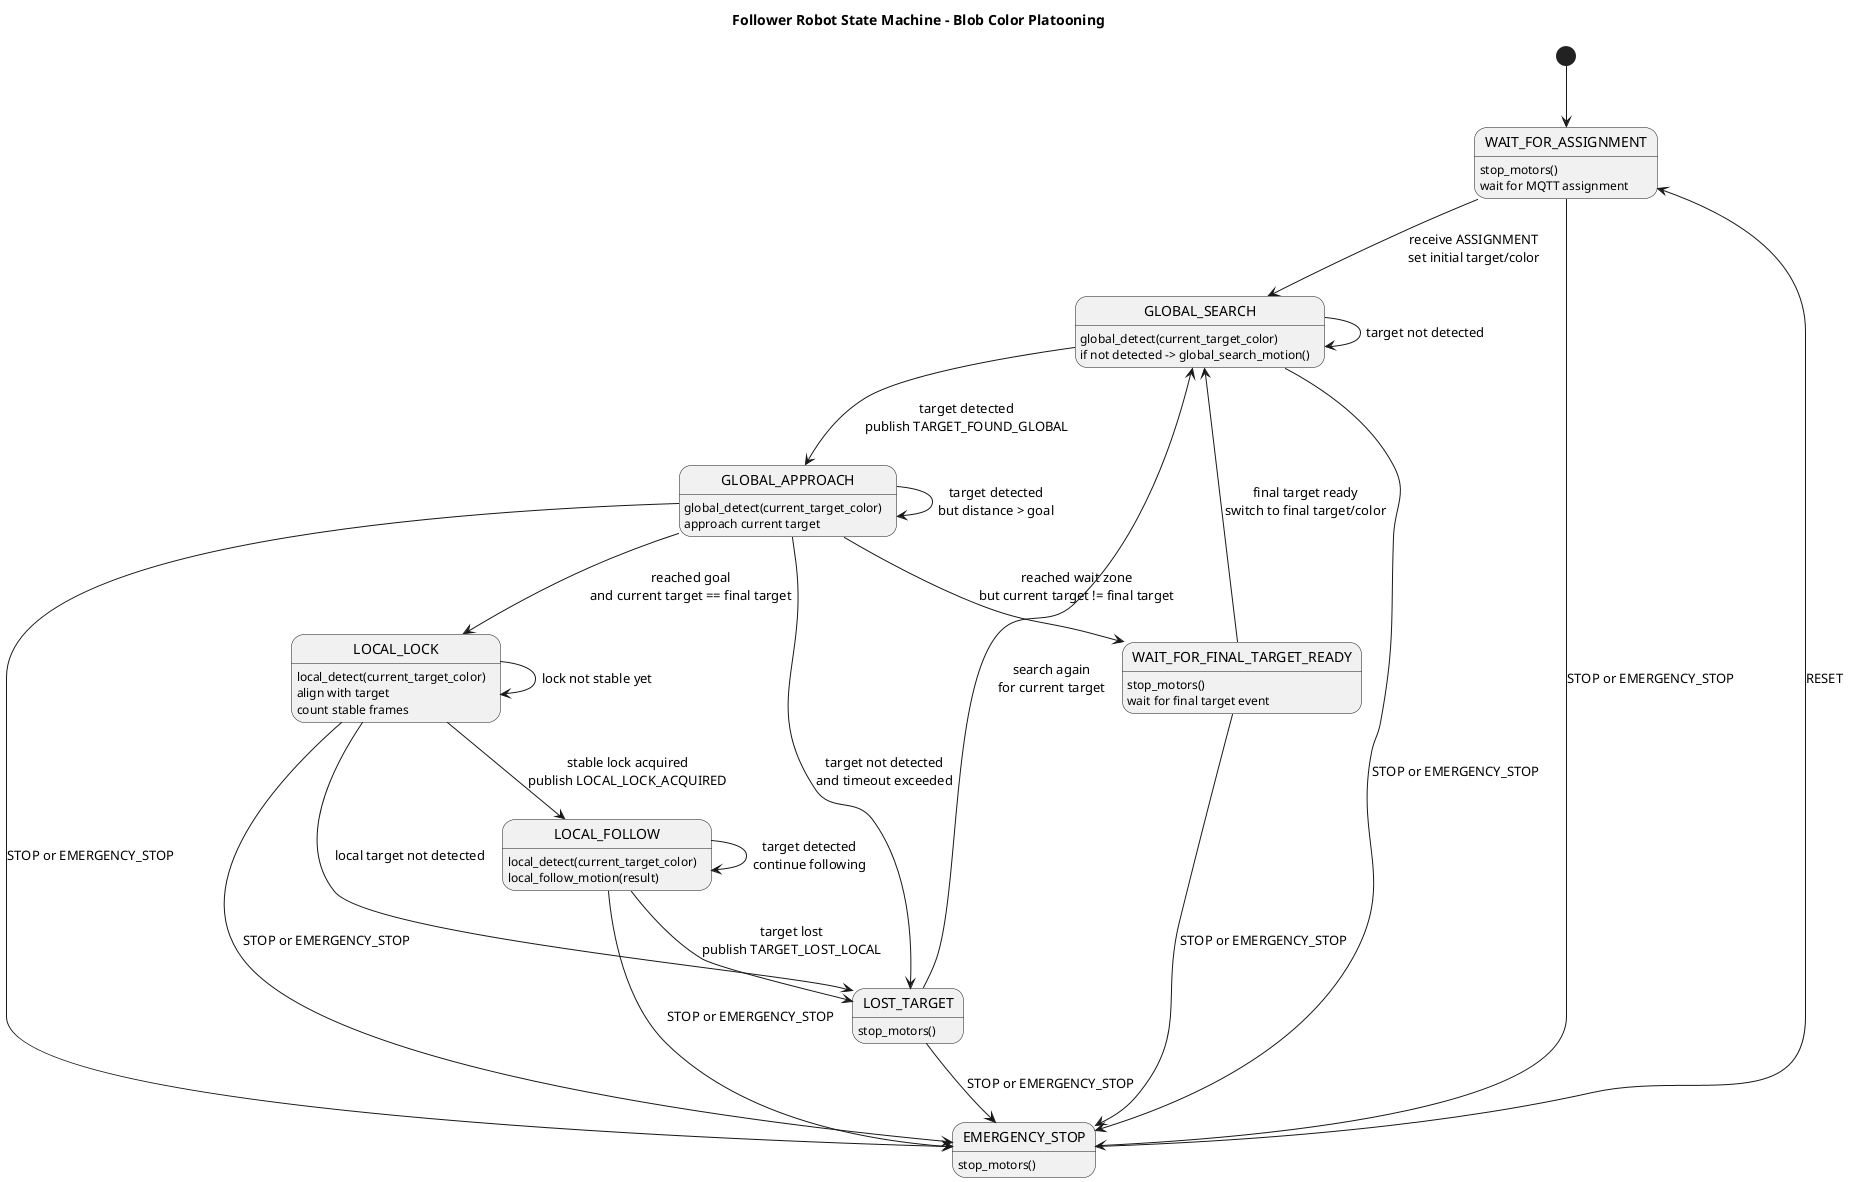
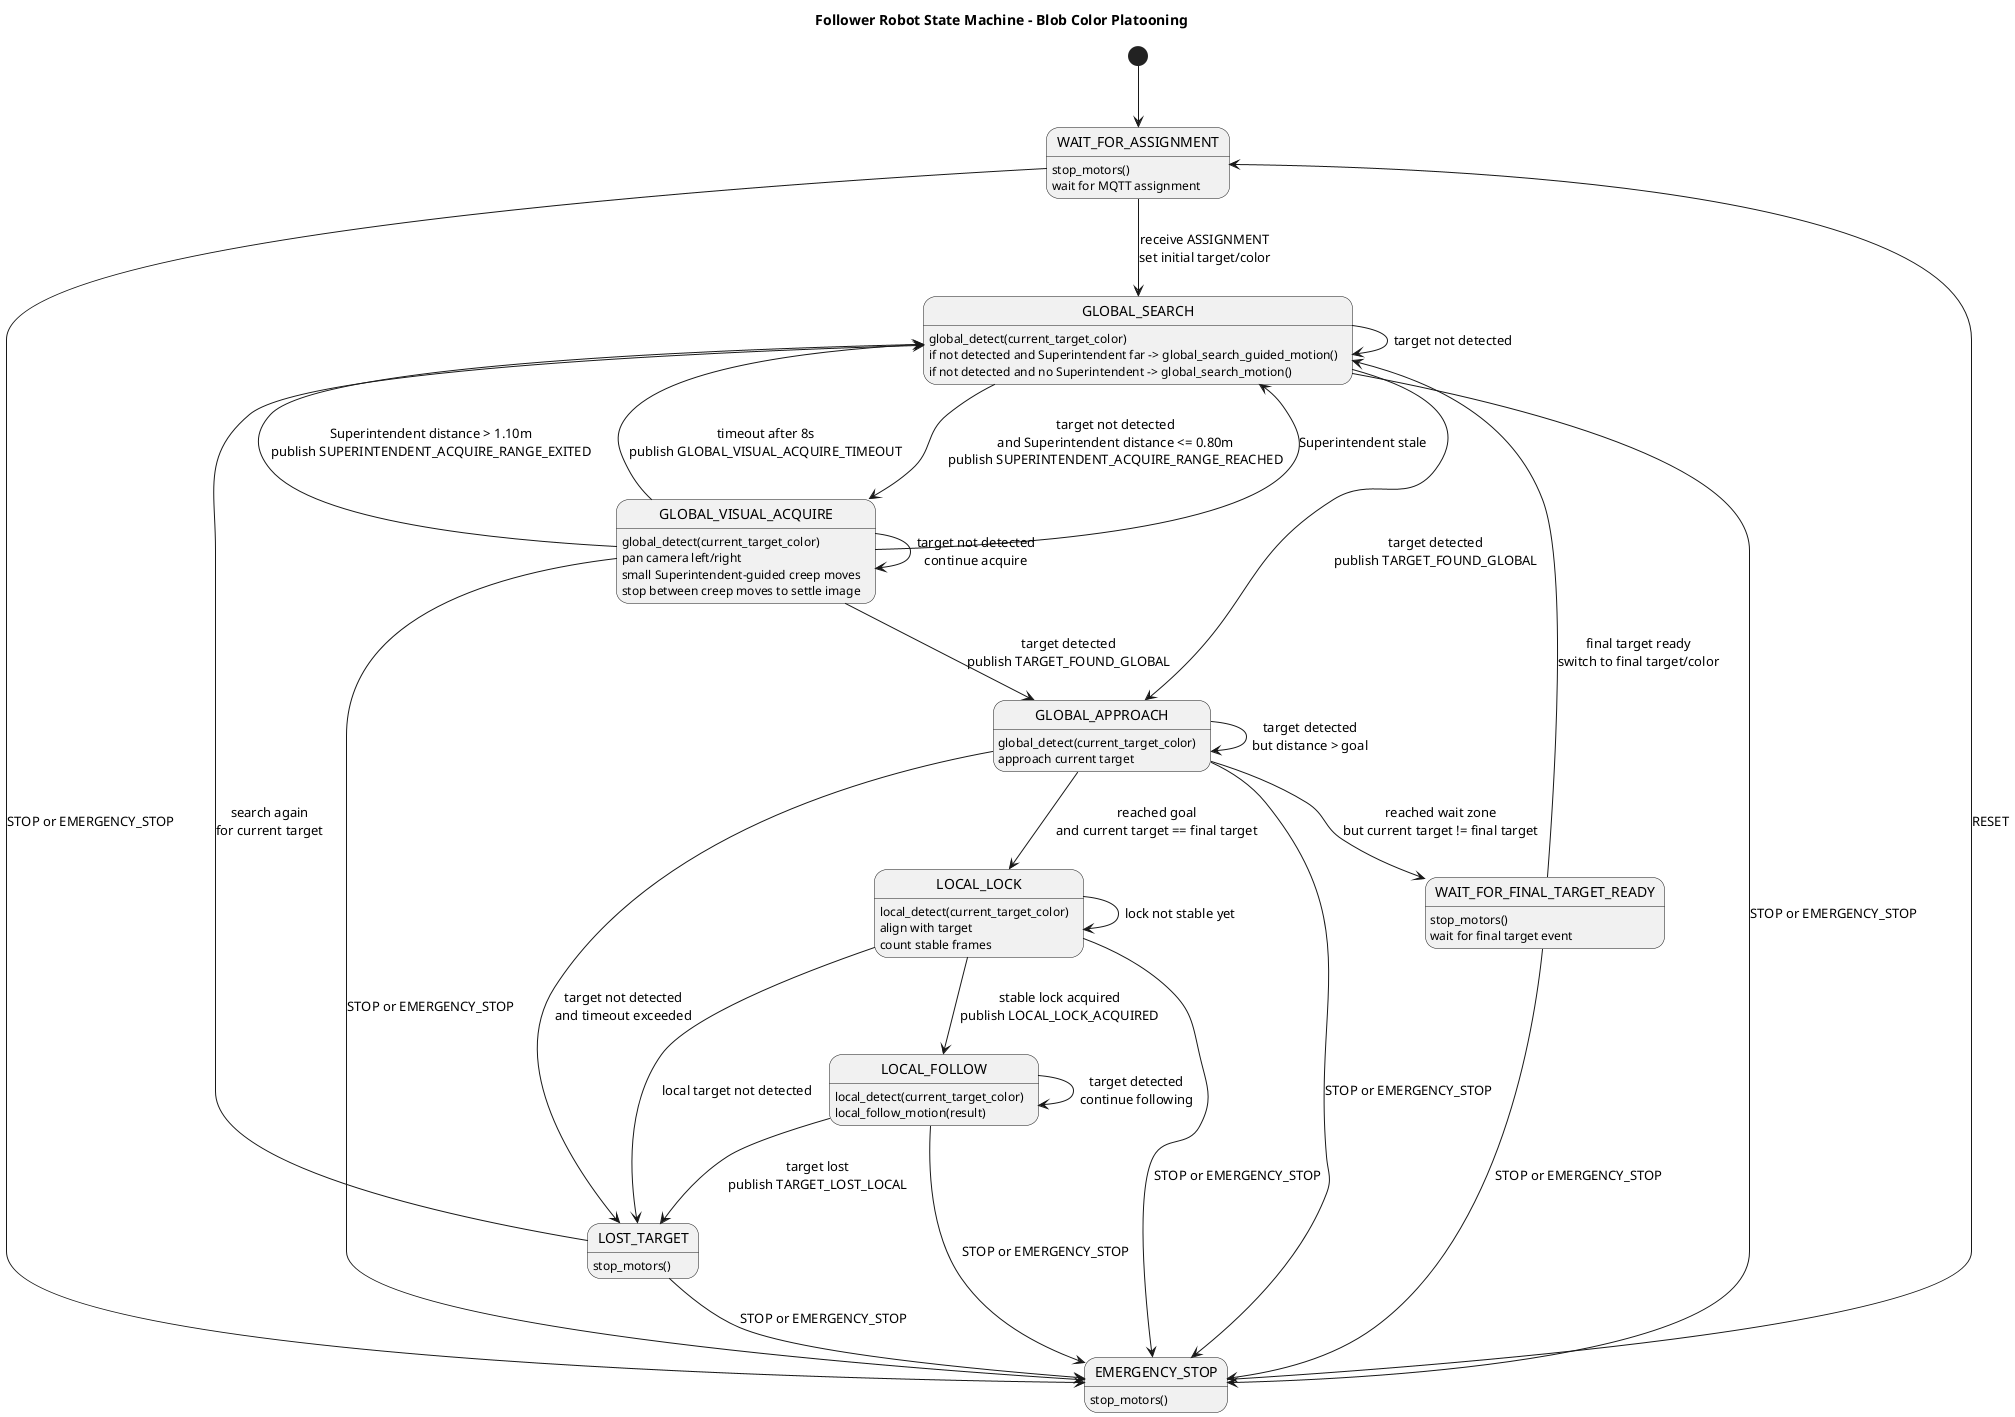
@startuml
title Follower Robot State Machine - Blob Color Platooning

hide empty description

[*] --> WAIT_FOR_ASSIGNMENT

WAIT_FOR_ASSIGNMENT : stop_motors()
WAIT_FOR_ASSIGNMENT : wait for MQTT assignment
WAIT_FOR_ASSIGNMENT --> GLOBAL_SEARCH : receive ASSIGNMENT\nset initial target/color

GLOBAL_SEARCH : global_detect(current_target_color)
- GLOBAL_SEARCH : if not detected -> global_search_motion()
+ GLOBAL_SEARCH : if not detected and Superintendent far -> global_search_guided_motion()
+ GLOBAL_SEARCH : if not detected and no Superintendent -> global_search_motion()
GLOBAL_SEARCH --> GLOBAL_APPROACH : target detected\npublish TARGET_FOUND_GLOBAL
+ GLOBAL_SEARCH --> GLOBAL_VISUAL_ACQUIRE : target not detected\nand Superintendent distance <= 0.80m\npublish SUPERINTENDENT_ACQUIRE_RANGE_REACHED
GLOBAL_SEARCH --> GLOBAL_SEARCH : target not detected
+ 
+ GLOBAL_VISUAL_ACQUIRE : global_detect(current_target_color)
+ GLOBAL_VISUAL_ACQUIRE : pan camera left/right
+ GLOBAL_VISUAL_ACQUIRE : small Superintendent-guided creep moves
+ GLOBAL_VISUAL_ACQUIRE : stop between creep moves to settle image
+ GLOBAL_VISUAL_ACQUIRE --> GLOBAL_APPROACH : target detected\npublish TARGET_FOUND_GLOBAL
+ GLOBAL_VISUAL_ACQUIRE --> GLOBAL_SEARCH : Superintendent stale
+ GLOBAL_VISUAL_ACQUIRE --> GLOBAL_SEARCH : Superintendent distance > 1.10m\npublish SUPERINTENDENT_ACQUIRE_RANGE_EXITED
+ GLOBAL_VISUAL_ACQUIRE --> GLOBAL_SEARCH : timeout after 8s\npublish GLOBAL_VISUAL_ACQUIRE_TIMEOUT
+ GLOBAL_VISUAL_ACQUIRE --> GLOBAL_VISUAL_ACQUIRE : target not detected\ncontinue acquire

GLOBAL_APPROACH : global_detect(current_target_color)
GLOBAL_APPROACH : approach current target
GLOBAL_APPROACH --> LOST_TARGET : target not detected\nand timeout exceeded
GLOBAL_APPROACH --> GLOBAL_APPROACH : target detected\nbut distance > goal
GLOBAL_APPROACH --> LOCAL_LOCK : reached goal\nand current target == final target
GLOBAL_APPROACH --> WAIT_FOR_FINAL_TARGET_READY : reached wait zone\nbut current target != final target

WAIT_FOR_FINAL_TARGET_READY : stop_motors()
WAIT_FOR_FINAL_TARGET_READY : wait for final target event
WAIT_FOR_FINAL_TARGET_READY --> GLOBAL_SEARCH : final target ready\nswitch to final target/color

LOCAL_LOCK : local_detect(current_target_color)
LOCAL_LOCK : align with target
LOCAL_LOCK : count stable frames
LOCAL_LOCK --> LOST_TARGET : local target not detected
LOCAL_LOCK --> LOCAL_LOCK : lock not stable yet
LOCAL_LOCK --> LOCAL_FOLLOW : stable lock acquired\npublish LOCAL_LOCK_ACQUIRED

LOCAL_FOLLOW : local_detect(current_target_color)
LOCAL_FOLLOW : local_follow_motion(result)
LOCAL_FOLLOW --> LOCAL_FOLLOW : target detected\ncontinue following
LOCAL_FOLLOW --> LOST_TARGET : target lost\npublish TARGET_LOST_LOCAL

LOST_TARGET : stop_motors()
LOST_TARGET --> GLOBAL_SEARCH : search again\nfor current target

EMERGENCY_STOP : stop_motors()
EMERGENCY_STOP --> WAIT_FOR_ASSIGNMENT : RESET

WAIT_FOR_ASSIGNMENT --> EMERGENCY_STOP : STOP or EMERGENCY_STOP
GLOBAL_SEARCH --> EMERGENCY_STOP : STOP or EMERGENCY_STOP
+ GLOBAL_VISUAL_ACQUIRE --> EMERGENCY_STOP : STOP or EMERGENCY_STOP
GLOBAL_APPROACH --> EMERGENCY_STOP : STOP or EMERGENCY_STOP
WAIT_FOR_FINAL_TARGET_READY --> EMERGENCY_STOP : STOP or EMERGENCY_STOP
LOCAL_LOCK --> EMERGENCY_STOP : STOP or EMERGENCY_STOP
LOCAL_FOLLOW --> EMERGENCY_STOP : STOP or EMERGENCY_STOP
LOST_TARGET --> EMERGENCY_STOP : STOP or EMERGENCY_STOP

@enduml
